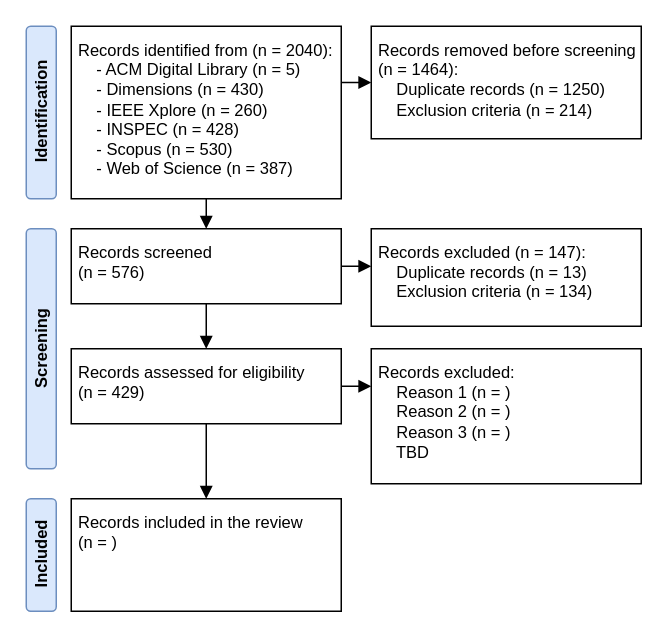
sousarbarb/slr-ltlm-mr keeps this draw.io diagram as doc/diagrams/slr-ltlm-mr.drawio. Above is the earlier version. Source tidied: cells renumbered, new cells numbered last; positions are measured from the earlier drawing's top-left corner, leaving out a move shared by most shapes. Both pictures are drawn from the tidied source at 150%, with x=0, y=0 at pixel (-80, 26).
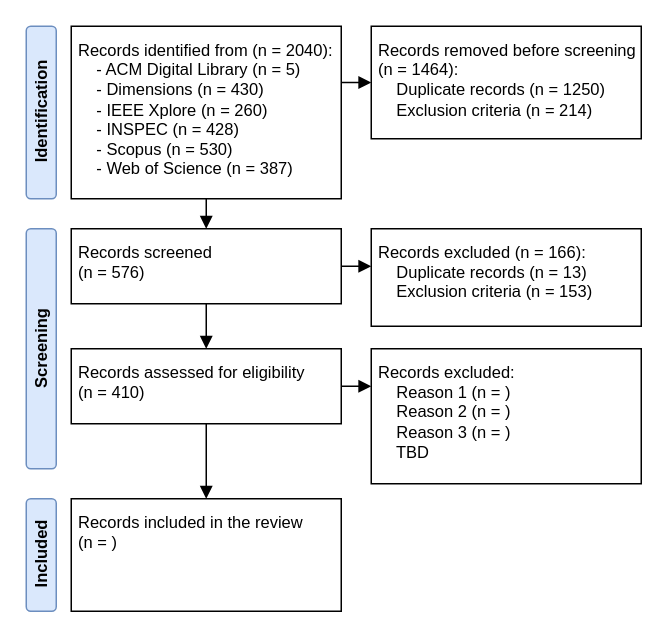
The same diagram, later.

Change to the diagram source:
```diff
@@
 <mxGraphModel>
   <root>
     <mxCell id="0" />
     <mxCell id="1" parent="0" />
     <mxCell id="2" value="&lt;b style=&quot;font-size: 11px;&quot;&gt;Identification&lt;/b&gt;" style="rounded=1;whiteSpace=wrap;html=1;rotation=-90;fontSize=11;fillColor=#dae8fc;strokeColor=#6c8ebf;" parent="1" vertex="1">
       <mxGeometry x="22.5" y="47.5" width="115" height="20" as="geometry" />
     </mxCell>
     <mxCell id="3" style="edgeStyle=orthogonalEdgeStyle;rounded=0;jettySize=auto;html=1;exitX=0.5;exitY=1;exitDx=0;exitDy=0;entryX=0.5;entryY=0;entryDx=0;entryDy=0;fontSize=11;endArrow=block;endFill=1;" parent="1" edge="1" source="4" target="9">
       <mxGeometry relative="1" as="geometry" />
     </mxCell>
     <mxCell id="4" value="Records identified from (n = 2040):&lt;br style=&quot;font-size: 11px&quot;&gt;&amp;nbsp; &amp;nbsp; - ACM Digital Library (n = 5)&lt;br style=&quot;font-size: 11px&quot;&gt;&amp;nbsp; &amp;nbsp; - Dimensions (n = 430)&lt;br style=&quot;font-size: 11px&quot;&gt;&amp;nbsp; &amp;nbsp; - IEEE Xplore (n = 260)&lt;br style=&quot;font-size: 11px&quot;&gt;&amp;nbsp; &amp;nbsp; - INSPEC (n = 428)&lt;br style=&quot;font-size: 11px&quot;&gt;&amp;nbsp; &amp;nbsp; - Scopus (n = 530)&lt;br style=&quot;font-size: 11px&quot;&gt;&amp;nbsp; &amp;nbsp; - Web of Science (n = 387)" style="rounded=0;whiteSpace=wrap;html=1;align=left;spacing=5;fontSize=11;verticalAlign=top;" parent="1" vertex="1">
       <mxGeometry x="100" width="180" height="115" as="geometry" />
     </mxCell>
     <mxCell id="5" style="edgeStyle=orthogonalEdgeStyle;rounded=0;jettySize=auto;html=1;exitX=0;exitY=0.5;exitDx=0;exitDy=0;entryX=1;entryY=0.326;entryDx=0;entryDy=0;entryPerimeter=0;startArrow=block;startFill=1;endArrow=none;endFill=0;" parent="1" edge="1" source="6" target="4">
       <mxGeometry relative="1" as="geometry" />
     </mxCell>
     <mxCell id="6" value="Records removed before screening (n = 1464):&lt;br style=&quot;font-size: 11px&quot;&gt;&amp;nbsp; &amp;nbsp; Duplicate records (n = 1250)&lt;br style=&quot;font-size: 11px&quot;&gt;&amp;nbsp; &amp;nbsp; Exclusion criteria (n = 214)" style="rounded=0;whiteSpace=wrap;html=1;align=left;spacing=5;fontSize=11;verticalAlign=top;" parent="1" vertex="1">
       <mxGeometry x="300" width="180" height="75" as="geometry" />
     </mxCell>
     <mxCell id="7" style="edgeStyle=orthogonalEdgeStyle;rounded=0;jettySize=auto;html=1;exitX=0.5;exitY=1;exitDx=0;exitDy=0;entryX=0.5;entryY=0;entryDx=0;entryDy=0;fontSize=11;endArrow=block;endFill=1;" parent="1" edge="1" source="9" target="13">
       <mxGeometry relative="1" as="geometry" />
     </mxCell>
     <mxCell id="8" style="edgeStyle=orthogonalEdgeStyle;rounded=0;jettySize=auto;html=1;exitX=1;exitY=0.5;exitDx=0;exitDy=0;startArrow=none;startFill=0;endArrow=block;endFill=1;" parent="1" edge="1" source="9">
       <mxGeometry relative="1" as="geometry">
         <mxPoint x="300" y="160" as="targetPoint" />
       </mxGeometry>
     </mxCell>
     <mxCell id="9" value="Records screened&lt;br&gt;(n = 576)" style="rounded=0;whiteSpace=wrap;html=1;align=left;spacing=5;fontSize=11;verticalAlign=top;" parent="1" vertex="1">
       <mxGeometry x="100" y="135" width="180" height="50" as="geometry" />
     </mxCell>
-    <mxCell id="10" value="Records excluded (n = 147):&lt;br&gt;&amp;nbsp; &amp;nbsp; Duplicate records (n = 13)&lt;br&gt;&amp;nbsp; &amp;nbsp; Exclusion criteria (n = 134)" style="rounded=0;whiteSpace=wrap;html=1;align=left;spacing=5;fontSize=11;verticalAlign=top;" parent="1" vertex="1">
+    <mxCell id="10" value="Records excluded (n = 166):&lt;br&gt;&amp;nbsp; &amp;nbsp; Duplicate records (n = 13)&lt;br&gt;&amp;nbsp; &amp;nbsp; Exclusion criteria (n = 153)" style="rounded=0;whiteSpace=wrap;html=1;align=left;spacing=5;fontSize=11;verticalAlign=top;" parent="1" vertex="1">
       <mxGeometry x="300" y="135" width="180" height="65" as="geometry" />
     </mxCell>
     <mxCell id="11" style="edgeStyle=orthogonalEdgeStyle;rounded=0;jettySize=auto;html=1;exitX=1;exitY=0.5;exitDx=0;exitDy=0;fontSize=11;endArrow=block;endFill=1;entryX=0;entryY=0.278;entryDx=0;entryDy=0;entryPerimeter=0;" parent="1" edge="1" source="13" target="14">
       <mxGeometry relative="1" as="geometry" />
     </mxCell>
     <mxCell id="12" style="edgeStyle=orthogonalEdgeStyle;rounded=0;jettySize=auto;html=1;exitX=0.5;exitY=1;exitDx=0;exitDy=0;entryX=0.5;entryY=0;entryDx=0;entryDy=0;fontSize=11;endArrow=block;endFill=1;" parent="1" edge="1" source="13" target="16">
       <mxGeometry relative="1" as="geometry" />
     </mxCell>
-    <mxCell id="13" value="Records assessed for eligibility&lt;br&gt;(n = 429)" style="rounded=0;whiteSpace=wrap;html=1;align=left;spacing=5;fontSize=11;verticalAlign=top;" parent="1" vertex="1">
+    <mxCell id="13" value="Records assessed for eligibility&lt;br&gt;(n = 410)" style="rounded=0;whiteSpace=wrap;html=1;align=left;spacing=5;fontSize=11;verticalAlign=top;" parent="1" vertex="1">
       <mxGeometry x="100" y="215" width="180" height="50" as="geometry" />
     </mxCell>
     <mxCell id="14" value="Records excluded:&lt;br&gt;&amp;nbsp; &amp;nbsp; Reason 1 (n = )&lt;br&gt;&amp;nbsp; &amp;nbsp; Reason 2 (n = )&lt;br&gt;&amp;nbsp; &amp;nbsp; Reason 3 (n = )&lt;br&gt;&amp;nbsp; &amp;nbsp; TBD" style="rounded=0;whiteSpace=wrap;html=1;align=left;spacing=5;fontSize=11;verticalAlign=top;" parent="1" vertex="1">
       <mxGeometry x="300" y="215" width="180" height="90" as="geometry" />
     </mxCell>
     <mxCell id="15" value="&lt;b style=&quot;font-size: 11px;&quot;&gt;Screening&lt;/b&gt;" style="rounded=1;whiteSpace=wrap;html=1;rotation=-90;fontSize=11;fillColor=#dae8fc;strokeColor=#6c8ebf;" parent="1" vertex="1">
       <mxGeometry y="205" width="160" height="20" as="geometry" />
     </mxCell>
     <mxCell id="16" value="Records included in the review&lt;br&gt;(n = )" style="rounded=0;whiteSpace=wrap;html=1;align=left;spacing=5;fontSize=11;verticalAlign=top;" parent="1" vertex="1">
       <mxGeometry x="100" y="315" width="180" height="75" as="geometry" />
     </mxCell>
     <mxCell id="17" value="&lt;b style=&quot;font-size: 11px;&quot;&gt;Included&lt;/b&gt;" style="rounded=1;whiteSpace=wrap;html=1;rotation=-90;fontSize=11;fillColor=#dae8fc;strokeColor=#6c8ebf;" parent="1" vertex="1">
       <mxGeometry x="42.5" y="342.5" width="75" height="20" as="geometry" />
     </mxCell>
   </root>
 </mxGraphModel>
```
